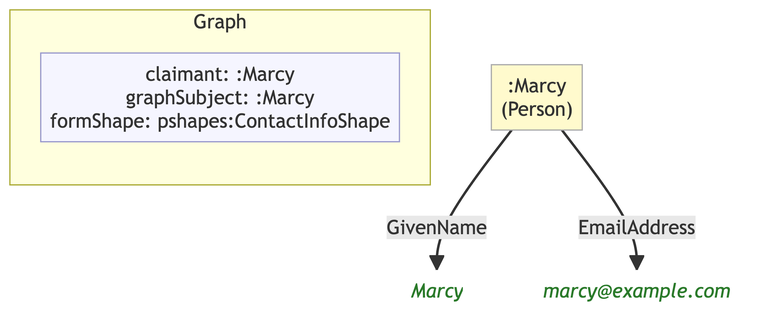
Before: example/graphs/images/graph-45.png, a diagram exported from Mermaid (MeeFoundation/mia-ontologies). Its source is kept beside it as example/graphs/images/graph-45.mmd.
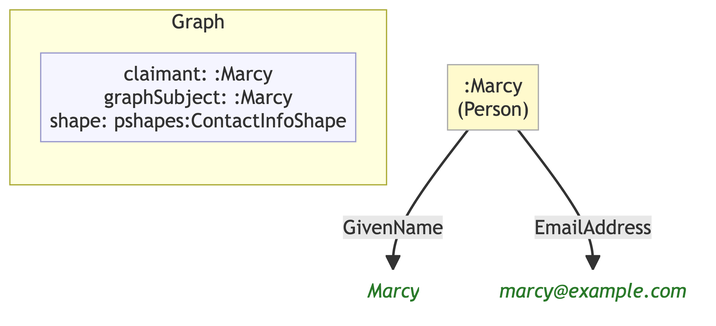
The same file after the commit.

What changed in the source:
```diff
@@ -7,12 +7,12 @@
 
     subgraph ctx["Graph"]
         direction LR
-        ctx_meta["claimant: :Marcy\ngraphSubject: :Marcy\nformShape: pshapes:ContactInfoShape"]:::meta
+        ctx_meta["claimant: :Marcy\ngraphSubject: :Marcy\nshape: pshapes:ContactInfoShape"]:::meta
     end
 
     n6d365cdbdf56[":Marcy\n(Person)"]:::person
-    nf59e7b1334fc("Marcy"):::lit
-    n59118ae0d2b9("marcy@example.com"):::lit
+    n249e62f33961("Marcy"):::lit
+    n52a80d61bb1f("marcy@example.com"):::lit
 
-    n6d365cdbdf56 -->|"GivenName"| nf59e7b1334fc
-    n6d365cdbdf56 -->|"EmailAddress"| n59118ae0d2b9
+    n6d365cdbdf56 -->|"GivenName"| n249e62f33961
+    n6d365cdbdf56 -->|"EmailAddress"| n52a80d61bb1f
```
